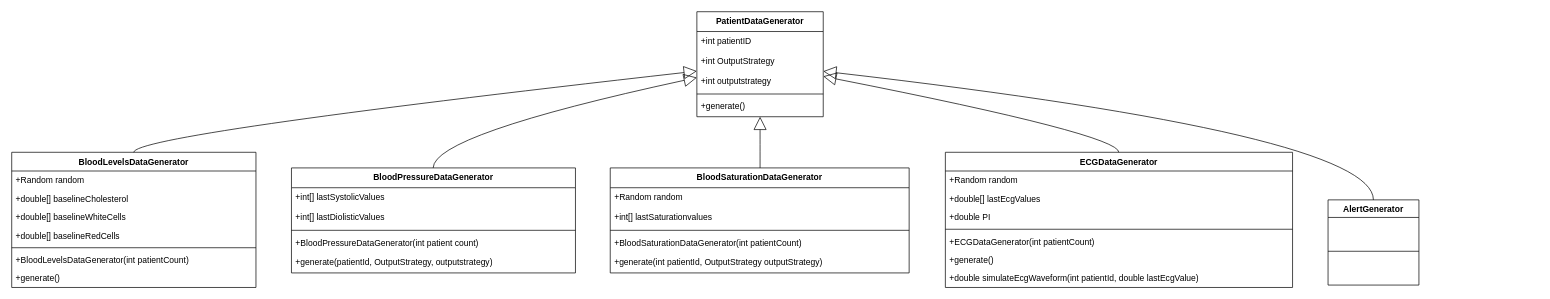
Before: src/main/java/com/cardio_generator/generators/patientDataDiagram.drawio in tpepels/signal_project, a draw.io diagram. Source tidied: cells renumbered, new cells numbered last; positions are measured from the earlier drawing's top-left corner, leaving out a move shared by most shapes. Both pictures are drawn from the tidied source at 71%, with x=0, y=0 at pixel (11, 11).
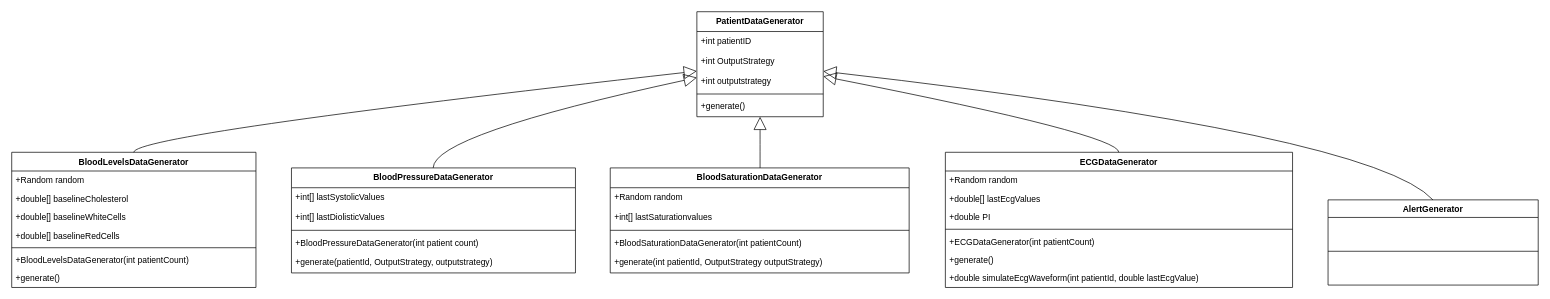
The same page after the edit.

Diff of the diagram source:
```diff
@@
-    <mxCell id="36" value="AlertGenerator" style="swimlane;fontStyle=1;align=center;verticalAlign=top;horizontal=1;startSize=24.75;" parent="1" vertex="1">
-      <mxGeometry x="1854" y="265" width="128" height="120" as="geometry" />
+    <mxCell id="36" value="AlertGenerator" style="swimlane;align=center;verticalAlign=top;horizontal=1;startSize=24.75;" parent="1" vertex="1">
+      <mxGeometry x="1854" y="265" width="296" height="120" as="geometry" />
     </mxCell>
     <mxCell id="37" style="line;strokeWidth=1;fillColor=none;align=left;verticalAlign=middle;spacingTop=-1;spacingLeft=3;spacingRight=3;labelPosition=right;strokeColor=inherit;" parent="36" vertex="1">
-      <mxGeometry y="24.8" width="128" height="95.2" as="geometry" />
+      <mxGeometry y="24.8" width="296" height="95.2" as="geometry" />
     </mxCell>
```
